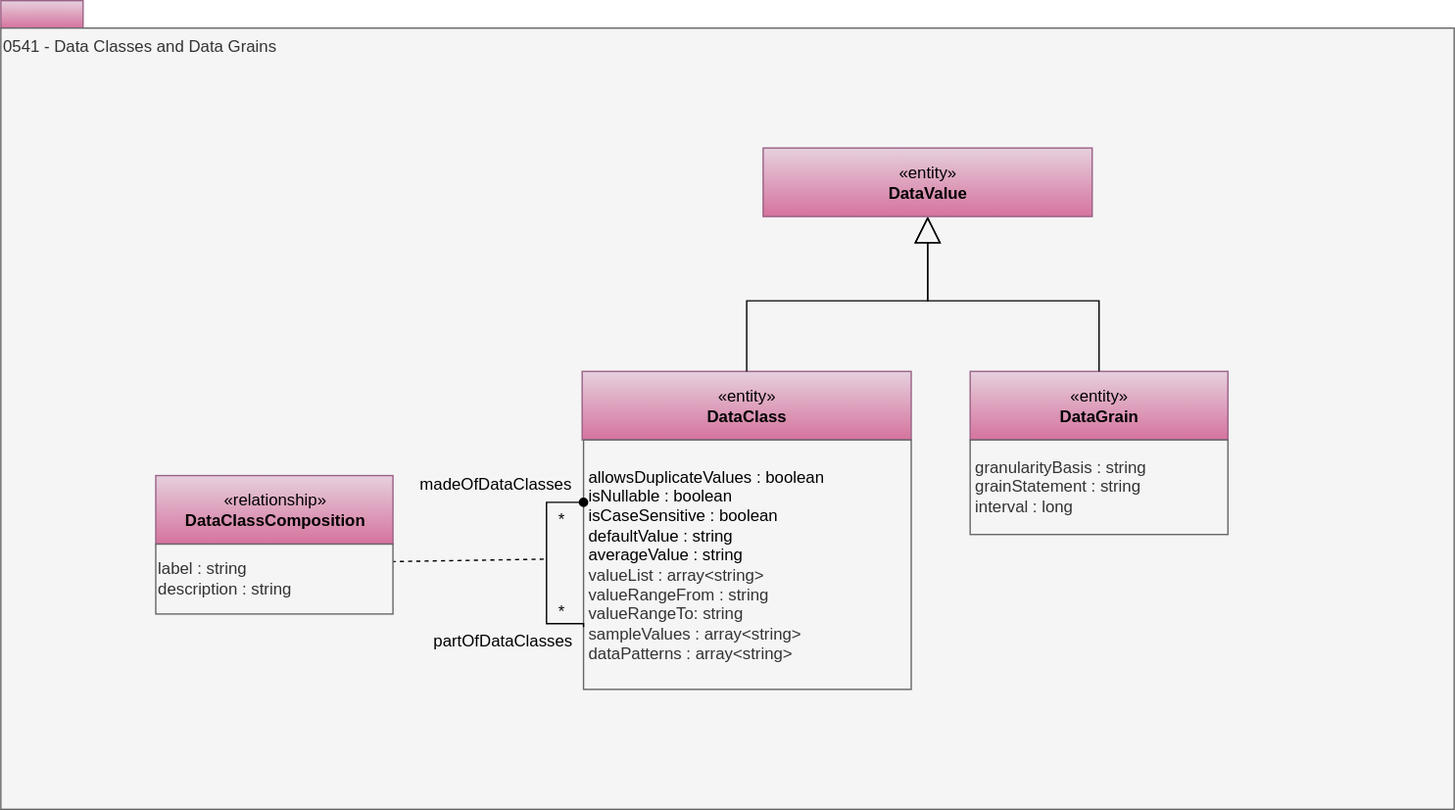
odpi/egeria-docs keeps this draw.io diagram as site/docs/types/5/0541-Data-Classes-and-Data-Grains.svg. Above is the earlier version. Source tidied: cells renumbered, new cells last; positions are measured from the earlier drawing's top-left corner, leaving out a move shared by most shapes. Source of this version:
```xml
<mxGraphModel>
  <root>
    <mxCell id="0" />
    <mxCell id="1" parent="0" />
    <mxCell id="2" style="rounded=0;whiteSpace=wrap;html=1;align=left;fillColor=#e6d0de;strokeColor=#996185;gradientColor=#d5739d;" parent="1" vertex="1">
      <mxGeometry width="60" height="20" as="geometry" />
    </mxCell>
    <mxCell id="3" value="0541 - Data Classes and Data Grains" style="rounded=0;whiteSpace=wrap;html=1;align=left;verticalAlign=top;fillColor=#f5f5f5;fontColor=#333333;strokeColor=#666666;" parent="1" vertex="1">
      <mxGeometry y="20" width="1060" height="570" as="geometry" />
    </mxCell>
    <mxCell id="4" value="«entity»&lt;br&gt;&lt;b&gt;DataGrain&lt;/b&gt;" style="html=1;strokeColor=#996185;align=center;fillColor=#e6d0de;gradientColor=#d5739d;" parent="1" vertex="1">
      <mxGeometry x="707" y="270.5" width="188" height="50" as="geometry" />
    </mxCell>
    <mxCell id="5" value="&lt;div&gt;&lt;span&gt;granularityBasis : string&lt;/span&gt;&lt;div&gt;grainStatement : string&lt;/div&gt;&lt;/div&gt;&lt;div&gt;interval : long&lt;/div&gt;" style="rounded=0;whiteSpace=wrap;html=1;strokeColor=#666666;align=left;spacingLeft=2;fillColor=#f5f5f5;fontColor=#333333;" parent="1" vertex="1">
      <mxGeometry x="707" y="320.5" width="188" height="69" as="geometry" />
    </mxCell>
    <mxCell id="6" style="edgeStyle=orthogonalEdgeStyle;rounded=0;jettySize=auto;html=1;exitX=0.5;exitY=0;exitDx=0;exitDy=0;endArrow=block;endFill=0;endSize=17;" parent="1" edge="1" source="4" target="18">
      <mxGeometry relative="1" as="geometry" />
    </mxCell>
    <mxCell id="7" value="«entity»&lt;br&gt;&lt;b&gt;DataClass&lt;/b&gt;" style="html=1;strokeColor=#996185;align=center;fillColor=#e6d0de;gradientColor=#d5739d;" parent="1" vertex="1">
      <mxGeometry x="424" y="270.5" width="240" height="50" as="geometry" />
    </mxCell>
    <mxCell id="8" value="&lt;div&gt;&lt;div&gt;&lt;span style=&quot;background-color: transparent; color: light-dark(rgb(0, 0, 0), rgb(255, 255, 255));&quot;&gt;allowsDuplicateValues : boolean&lt;/span&gt;&lt;/div&gt;&lt;div&gt;&lt;span style=&quot;background-color: transparent; color: light-dark(rgb(0, 0, 0), rgb(255, 255, 255));&quot;&gt;isNullable : boolean&lt;/span&gt;&lt;/div&gt;&lt;div&gt;&lt;div&gt;&lt;/div&gt;&lt;/div&gt;&lt;div&gt;&lt;span style=&quot;background-color: transparent; color: light-dark(rgb(0, 0, 0), rgb(255, 255, 255));&quot;&gt;isCaseSensitive : boolean&lt;/span&gt;&lt;/div&gt;&lt;div&gt;&lt;span style=&quot;background-color: transparent; color: light-dark(rgb(0, 0, 0), rgb(255, 255, 255));&quot;&gt;defaultValue : string&lt;/span&gt;&lt;br&gt;&lt;/div&gt;&lt;div&gt;&lt;span style=&quot;background-color: transparent; color: light-dark(rgb(0, 0, 0), rgb(255, 255, 255));&quot;&gt;averageValue : string&lt;/span&gt;&lt;/div&gt;&lt;div&gt;valueList : array&amp;lt;string&amp;gt;&lt;/div&gt;&lt;div&gt;valueRangeFrom : string&lt;/div&gt;&lt;div&gt;valueRangeTo: string&lt;/div&gt;&lt;div&gt;sampleValues : array&amp;lt;string&amp;gt;&lt;br&gt;dataPatterns : array&amp;lt;string&amp;gt;&lt;br&gt;&lt;/div&gt;&lt;/div&gt;" style="rounded=0;whiteSpace=wrap;html=1;strokeColor=#666666;align=left;spacingLeft=2;fillColor=#f5f5f5;fontColor=#333333;" parent="1" vertex="1">
      <mxGeometry x="425" y="320.5" width="239" height="182" as="geometry" />
    </mxCell>
    <mxCell id="9" value="«relationship»&lt;br&gt;&lt;b&gt;DataClassComposition&lt;/b&gt;" style="html=1;strokeColor=#996185;align=center;fillColor=#e6d0de;gradientColor=#d5739d;" parent="1" vertex="1">
      <mxGeometry x="113" y="346.5" width="173" height="50" as="geometry" />
    </mxCell>
    <mxCell id="10" style="endArrow=none;dashed=1;html=1;entryX=1;entryY=0.25;entryDx=0;entryDy=0;" parent="1" edge="1" target="16">
      <mxGeometry relative="1" as="geometry">
        <mxPoint x="396" y="407.5" as="sourcePoint" />
      </mxGeometry>
    </mxCell>
    <mxCell id="11" value="*" style="text;html=1;align=left;verticalAlign=top;spacingTop=-4;" parent="1" vertex="1">
      <mxGeometry x="405" y="368.5" width="15" height="14" as="geometry" />
    </mxCell>
    <mxCell id="12" value="*" style="text;html=1;align=left;verticalAlign=top;spacingTop=-4;" parent="1" vertex="1">
      <mxGeometry x="405" y="436.2" width="15" height="14" as="geometry" />
    </mxCell>
    <mxCell id="13" value="madeOfDataClasses" style="text;html=1;align=left;verticalAlign=top;spacingTop=-4;" parent="1" vertex="1">
      <mxGeometry x="304" y="342.5" width="121" height="14" as="geometry" />
    </mxCell>
    <mxCell id="14" value="partOfDataClasses" style="text;html=1;align=left;verticalAlign=top;spacingTop=-4;" parent="1" vertex="1">
      <mxGeometry x="314" y="457.5" width="111" height="14" as="geometry" />
    </mxCell>
    <mxCell id="15" style="edgeStyle=orthogonalEdgeStyle;rounded=0;orthogonalLoop=1;jettySize=auto;html=1;exitX=0;exitY=0.25;exitDx=0;exitDy=0;entryX=0;entryY=0.75;entryDx=0;entryDy=0;endArrow=none;endFill=0;startArrow=oval;startFill=1;" parent="1" edge="1" source="8" target="8">
      <mxGeometry relative="1" as="geometry">
        <Array as="points">
          <mxPoint x="398" y="366.5" />
          <mxPoint x="398" y="454.5" />
          <mxPoint x="425" y="454.5" />
        </Array>
      </mxGeometry>
    </mxCell>
    <mxCell id="16" value="label : string&lt;div&gt;description : string&lt;/div&gt;" style="rounded=0;whiteSpace=wrap;html=1;strokeColor=#666666;align=left;fillColor=#f5f5f5;fontColor=#333333;" parent="1" vertex="1">
      <mxGeometry x="113" y="396.5" width="173" height="51" as="geometry" />
    </mxCell>
    <mxCell id="17" style="edgeStyle=orthogonalEdgeStyle;rounded=0;jettySize=auto;html=1;exitX=0.5;exitY=0;exitDx=0;exitDy=0;endArrow=block;endFill=0;endSize=17;entryX=0.5;entryY=1;entryDx=0;entryDy=0;" parent="1" edge="1" source="7" target="18">
      <mxGeometry relative="1" as="geometry" />
    </mxCell>
    <mxCell id="18" value="«entity»&lt;br&gt;&lt;b&gt;DataValue&lt;/b&gt;" style="html=1;strokeColor=#996185;align=center;fillColor=#e6d0de;gradientColor=#d5739d;" parent="1" vertex="1">
      <mxGeometry x="556" y="107.5" width="240" height="50" as="geometry" />
    </mxCell>
  </root>
</mxGraphModel>
```
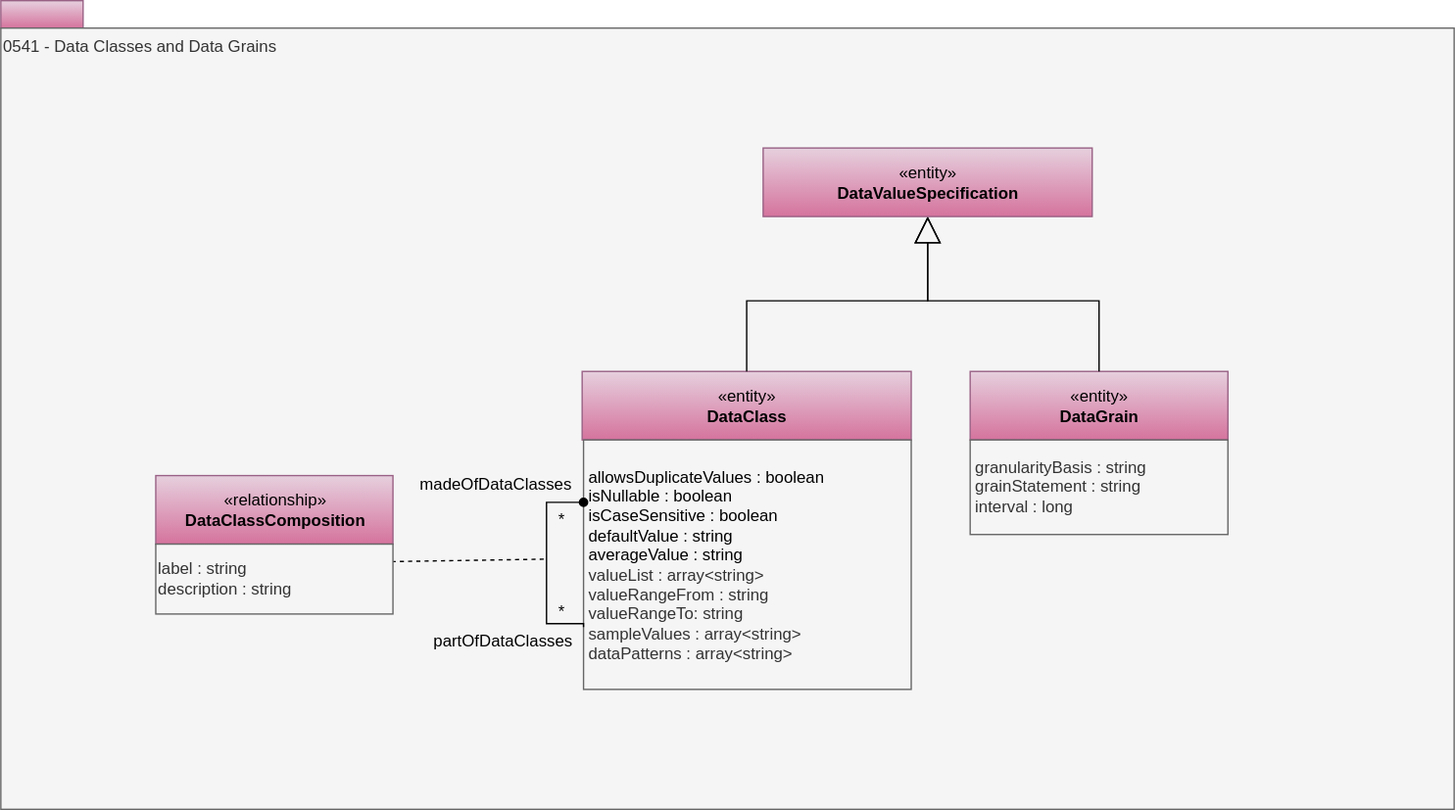
The same file after the commit.

What changed in the source:
```diff
@@ -58,7 +58,7 @@
     <mxCell id="17" style="edgeStyle=orthogonalEdgeStyle;rounded=0;jettySize=auto;html=1;exitX=0.5;exitY=0;exitDx=0;exitDy=0;endArrow=block;endFill=0;endSize=17;entryX=0.5;entryY=1;entryDx=0;entryDy=0;" parent="1" edge="1" source="7" target="18">
       <mxGeometry relative="1" as="geometry" />
     </mxCell>
-    <mxCell id="18" value="«entity»&lt;br&gt;&lt;b&gt;DataValue&lt;/b&gt;" style="html=1;strokeColor=#996185;align=center;fillColor=#e6d0de;gradientColor=#d5739d;" parent="1" vertex="1">
+    <mxCell id="18" value="«entity»&lt;br&gt;&lt;b&gt;DataValueSpecification&lt;/b&gt;" style="html=1;strokeColor=#996185;align=center;fillColor=#e6d0de;gradientColor=#d5739d;" parent="1" vertex="1">
       <mxGeometry x="556" y="107.5" width="240" height="50" as="geometry" />
     </mxCell>
   </root>
```
